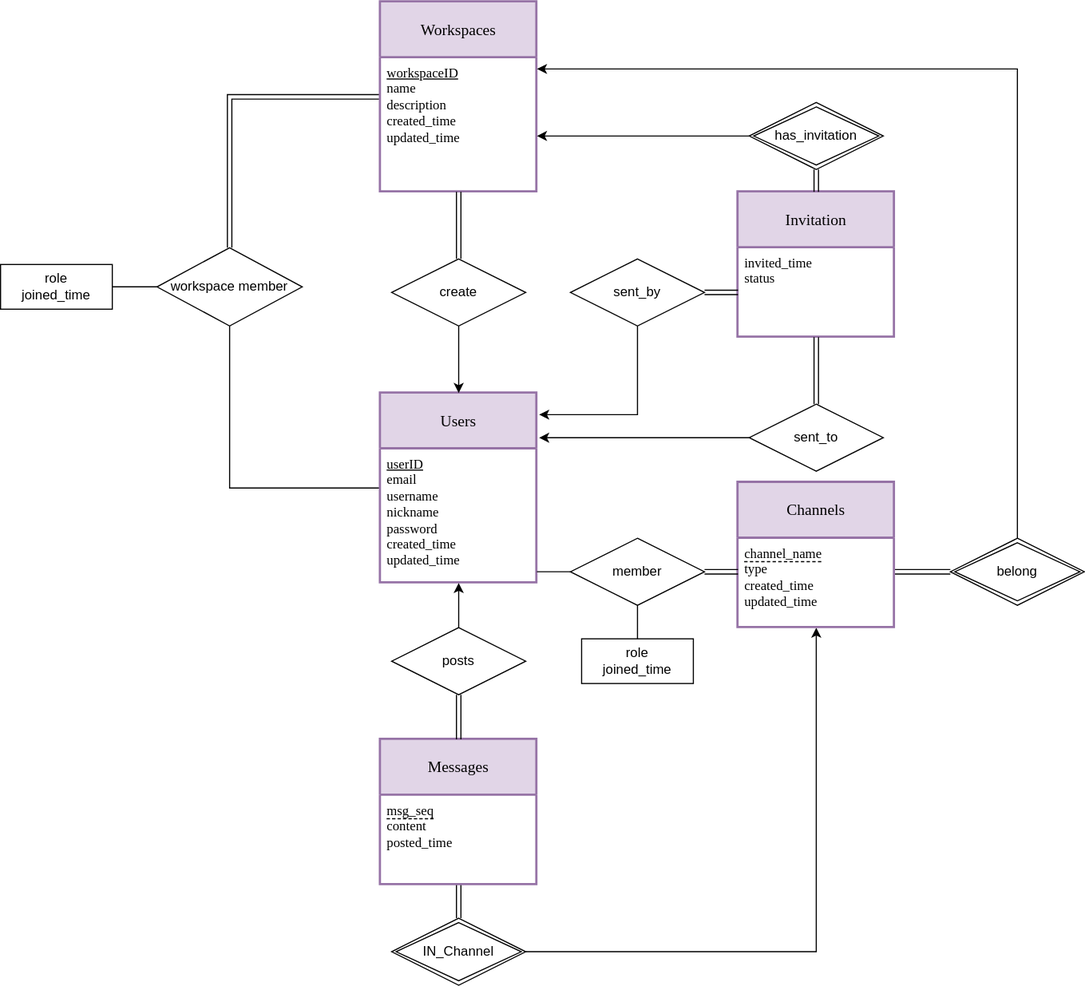
Above: ER-Diagram.drawio.svg in leelearner/snickr (draw.io), before the change. Source tidied: cells renumbered, new cells last; positions are measured from the earlier drawing's top-left corner, leaving out a move shared by most shapes.
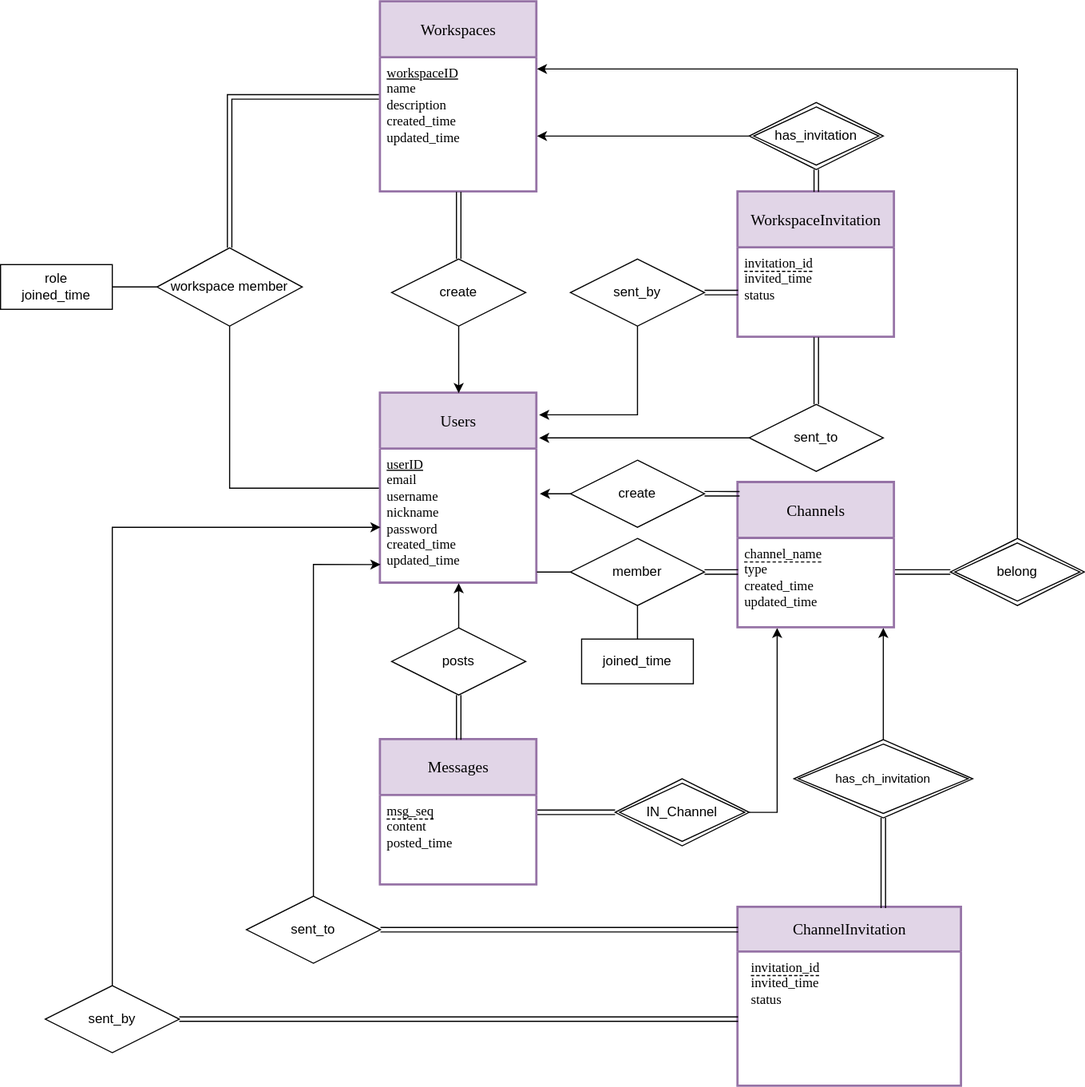
Above is the later version.

Commit message:
Correct ER Diagram

The edit, as a diff of the source:
```diff
@@ -40,7 +40,7 @@
         <mxPoint x="800" y="510" as="sourcePoint" />
       </mxGeometry>
     </mxCell>
-    <mxCell id="14" style="edgeStyle=orthogonalEdgeStyle;rounded=0;jettySize=auto;html=1;entryX=1;entryY=0.5;entryDx=0;entryDy=0;endArrow=none;endFill=0;startArrow=classic;startFill=1;exitX=0.5;exitY=1;exitDx=0;exitDy=0;" parent="1" edge="1" source="16" target="27">
+    <mxCell id="14" style="edgeStyle=orthogonalEdgeStyle;rounded=0;jettySize=auto;html=1;entryX=1;entryY=0.5;entryDx=0;entryDy=0;endArrow=none;endFill=0;startArrow=classic;startFill=1;exitX=0.25;exitY=1;exitDx=0;exitDy=0;" parent="1" edge="1" source="16" target="27">
       <mxGeometry relative="1" as="geometry" />
     </mxCell>
     <mxCell id="15" value="&lt;font face=&quot;Comic Sans MS&quot;&gt;Channels&lt;/font&gt;" style="swimlane;horizontal=1;startSize=50;rounded=1;fontSize=14;fontStyle=0;strokeWidth=2;shadow=0;dashed=0;align=center;arcSize=0;whiteSpace=wrap;html=1;fillColor=#e1d5e7;strokeColor=#9673a6;" parent="1" vertex="1">
@@ -73,9 +73,9 @@
     <mxCell id="22" value="member" style="shape=rhombus;perimeter=rhombusPerimeter;whiteSpace=wrap;html=1;align=center;" parent="1" vertex="1">
       <mxGeometry x="510" y="480" width="120" height="60" as="geometry" />
     </mxCell>
-    <mxCell id="23" style="edgeStyle=orthogonalEdgeStyle;rounded=0;jettySize=auto;html=1;endArrow=none;endFill=0;shape=link;exitX=0.5;exitY=1;exitDx=0;exitDy=0;" parent="1" edge="1" source="25" target="27">
-      <mxGeometry relative="1" as="geometry" />
-    </mxCell>
+    <mxCell id="48" style="edgeStyle=orthogonalEdgeStyle;rounded=0;jettySize=auto;html=1;entryX=0;entryY=0.5;entryDx=0;entryDy=0;shape=link;" parent="1" edge="1" source="24" target="27">
+      <mxGeometry relative="1" as="geometry" />
+    </mxCell>
     <mxCell id="24" value="&lt;font face=&quot;Comic Sans MS&quot;&gt;Messages&lt;/font&gt;" style="swimlane;horizontal=1;startSize=50;rounded=1;fontSize=14;fontStyle=0;strokeWidth=2;shadow=0;dashed=0;align=center;arcSize=0;whiteSpace=wrap;html=1;fillColor=#e1d5e7;strokeColor=#9673a6;" parent="1" vertex="1">
       <mxGeometry x="340" y="660" width="140" height="130" as="geometry" />
     </mxCell>
@@ -86,7 +86,7 @@
       <mxGeometry relative="1" as="geometry" />
     </mxCell>
     <mxCell id="27" value="IN_Channel" style="shape=rhombus;double=1;perimeter=rhombusPerimeter;whiteSpace=wrap;html=1;align=center;" parent="1" vertex="1">
-      <mxGeometry x="350" y="820" width="120" height="60" as="geometry" />
+      <mxGeometry x="550" y="695" width="120" height="60" as="geometry" />
     </mxCell>
     <mxCell id="28" style="edgeStyle=orthogonalEdgeStyle;rounded=0;jettySize=auto;html=1;entryX=0.5;entryY=0;entryDx=0;entryDy=0;shape=link;" parent="1" edge="1" source="30" target="24">
       <mxGeometry relative="1" as="geometry" />
@@ -109,10 +109,10 @@
     <mxCell id="34" style="edgeStyle=orthogonalEdgeStyle;rounded=0;jettySize=auto;html=1;entryX=0;entryY=0.375;entryDx=0;entryDy=0;entryPerimeter=0;shape=link;" parent="1" edge="1" source="22" target="16">
       <mxGeometry relative="1" as="geometry" />
     </mxCell>
-    <mxCell id="35" value="&lt;font face=&quot;Comic Sans MS&quot;&gt;Invitation&lt;/font&gt;" style="swimlane;horizontal=1;startSize=50;rounded=1;fontSize=14;fontStyle=0;strokeWidth=2;shadow=0;dashed=0;align=center;arcSize=0;whiteSpace=wrap;html=1;fillColor=#e1d5e7;strokeColor=#9673a6;" parent="1" vertex="1">
+    <mxCell id="35" value="&lt;font face=&quot;Comic Sans MS&quot;&gt;WorkspaceInvitation&lt;/font&gt;" style="swimlane;horizontal=1;startSize=50;rounded=1;fontSize=14;fontStyle=0;strokeWidth=2;shadow=0;dashed=0;align=center;arcSize=0;whiteSpace=wrap;html=1;fillColor=#e1d5e7;strokeColor=#9673a6;" parent="1" vertex="1">
       <mxGeometry x="660" y="170" width="140" height="130" as="geometry" />
     </mxCell>
-    <mxCell id="36" value="&lt;div style=&quot;&quot;&gt;&lt;span style=&quot;font-family: &amp;quot;Comic Sans MS&amp;quot;; background-color: transparent; color: light-dark(rgb(0, 0, 0), rgb(255, 255, 255));&quot;&gt;invited_time&lt;/span&gt;&lt;/div&gt;&lt;div style=&quot;&quot;&gt;&lt;font face=&quot;Comic Sans MS&quot;&gt;status&lt;/font&gt;&lt;/div&gt;" style="align=left;strokeColor=none;fillColor=none;spacingLeft=4;spacingRight=4;fontSize=12;verticalAlign=top;html=1;whiteSpace=wrap;" parent="35" vertex="1">
+    <mxCell id="36" value="&lt;div style=&quot;&quot;&gt;&lt;div&gt;&lt;font face=&quot;Comic Sans MS&quot;&gt;&lt;span style=&quot;border-bottom: 1px dashed;&quot;&gt;invitation_id&lt;/span&gt;&lt;/font&gt;&lt;/div&gt;&lt;/div&gt;&lt;div style=&quot;&quot;&gt;&lt;span style=&quot;font-family: &amp;quot;Comic Sans MS&amp;quot;; background-color: transparent; color: light-dark(rgb(0, 0, 0), rgb(255, 255, 255));&quot;&gt;invited_time&lt;/span&gt;&lt;/div&gt;&lt;div style=&quot;&quot;&gt;&lt;font face=&quot;Comic Sans MS&quot;&gt;status&lt;/font&gt;&lt;/div&gt;" style="align=left;strokeColor=none;fillColor=none;spacingLeft=4;spacingRight=4;fontSize=12;verticalAlign=top;html=1;whiteSpace=wrap;" parent="35" vertex="1">
       <mxGeometry y="50" width="140" height="80" as="geometry" />
     </mxCell>
     <mxCell id="37" style="edgeStyle=orthogonalEdgeStyle;rounded=0;jettySize=auto;html=1;exitX=0.5;exitY=1;exitDx=0;exitDy=0;entryX=0.5;entryY=1;entryDx=0;entryDy=0;" parent="35" edge="1" source="35" target="36">
@@ -153,8 +153,58 @@
         <mxPoint x="482" y="390.1" as="targetPoint" />
       </mxGeometry>
     </mxCell>
-    <mxCell id="47" value="role&lt;br&gt;joined_time" style="whiteSpace=wrap;html=1;align=center;" parent="1" vertex="1">
+    <mxCell id="47" value="joined_time" style="whiteSpace=wrap;html=1;align=center;" parent="1" vertex="1">
       <mxGeometry x="520" y="570" width="100" height="40" as="geometry" />
     </mxCell>
+    <mxCell id="49" value="&lt;font face=&quot;Comic Sans MS&quot;&gt;ChannelInvitation&lt;/font&gt;" style="swimlane;horizontal=1;startSize=40;rounded=1;fontSize=14;fontStyle=0;strokeWidth=2;double=1;shadow=0;dashed=0;align=center;arcSize=0;whiteSpace=wrap;html=1;fillColor=#e1d5e7;strokeColor=#9673a6;" parent="1" vertex="1">
+      <mxGeometry x="660" y="810" width="200" height="160" as="geometry" />
+    </mxCell>
+    <mxCell id="50" value="&lt;div&gt;&lt;font face=&quot;Comic Sans MS&quot;&gt;&lt;span style=&quot;border-bottom: 1px dashed;&quot;&gt;invitation_id&lt;/span&gt;&lt;/font&gt;&lt;/div&gt;&lt;div&gt;&lt;font face=&quot;Comic Sans MS&quot;&gt;invited_time&lt;/font&gt;&lt;/div&gt;&lt;div&gt;&lt;font face=&quot;Comic Sans MS&quot;&gt;status&lt;/font&gt;&lt;/div&gt;" style="align=left;strokeColor=none;fillColor=none;spacingLeft=10;spacingRight=8;fontSize=12;verticalAlign=top;html=1;whiteSpace=wrap;" parent="49" vertex="1">
+      <mxGeometry y="40" width="200" height="120" as="geometry" />
+    </mxCell>
+    <mxCell id="51" value="has_ch_invitation" style="shape=rhombus;double=1;perimeter=rhombusPerimeter;whiteSpace=wrap;html=1;align=center;fontSize=11;" parent="1" vertex="1">
+      <mxGeometry x="710" y="660" width="160" height="70" as="geometry" />
+    </mxCell>
+    <mxCell id="52" style="edgeStyle=orthogonalEdgeStyle;rounded=0;jettySize=auto;html=1;entryX=0.65;entryY=0.004;entryDx=0;entryDy=0;entryPerimeter=0;shape=link;" parent="1" edge="1" source="51" target="49">
+      <mxGeometry relative="1" as="geometry" />
+    </mxCell>
+    <mxCell id="53" style="edgeStyle=orthogonalEdgeStyle;rounded=0;jettySize=auto;html=1;" parent="1" edge="1" source="51">
+      <mxGeometry relative="1" as="geometry">
+        <mxPoint x="790" y="560" as="targetPoint" />
+      </mxGeometry>
+    </mxCell>
+    <mxCell id="54" value="sent_to" style="shape=rhombus;perimeter=rhombusPerimeter;whiteSpace=wrap;html=1;align=center;" parent="1" vertex="1">
+      <mxGeometry x="220" y="800" width="120" height="60" as="geometry" />
+    </mxCell>
+    <mxCell id="55" style="edgeStyle=orthogonalEdgeStyle;rounded=0;jettySize=auto;html=1;entryX=0;entryY=0.5;entryDx=0;entryDy=0;shape=link;" parent="1" edge="1" source="57" target="50">
+      <mxGeometry relative="1" as="geometry" />
+    </mxCell>
+    <mxCell id="56" style="edgeStyle=orthogonalEdgeStyle;rounded=0;jettySize=auto;html=1;" parent="1" edge="1" source="57">
+      <mxGeometry relative="1" as="geometry">
+        <mxPoint x="340" y="470" as="targetPoint" />
+        <Array as="points">
+          <mxPoint x="100" y="470" />
+          <mxPoint x="340" y="470" />
+        </Array>
+      </mxGeometry>
+    </mxCell>
+    <mxCell id="57" value="sent_by" style="shape=rhombus;perimeter=rhombusPerimeter;whiteSpace=wrap;html=1;align=center;" parent="1" vertex="1">
+      <mxGeometry x="40" y="880" width="120" height="60" as="geometry" />
+    </mxCell>
+    <mxCell id="58" style="edgeStyle=orthogonalEdgeStyle;rounded=0;jettySize=auto;html=1;entryX=0;entryY=0.125;entryDx=0;entryDy=0;entryPerimeter=0;shape=link;" parent="1" edge="1" source="54" target="49">
+      <mxGeometry relative="1" as="geometry" />
+    </mxCell>
+    <mxCell id="59" style="edgeStyle=orthogonalEdgeStyle;rounded=0;jettySize=auto;html=1;entryX=0;entryY=0.861;entryDx=0;entryDy=0;entryPerimeter=0;" parent="1" edge="1" source="54" target="4">
+      <mxGeometry relative="1" as="geometry" />
+    </mxCell>
+    <mxCell id="60" value="create" style="shape=rhombus;perimeter=rhombusPerimeter;whiteSpace=wrap;html=1;align=center;" parent="1" vertex="1">
+      <mxGeometry x="510" y="410" width="120" height="60" as="geometry" />
+    </mxCell>
+    <mxCell id="61" style="edgeStyle=orthogonalEdgeStyle;rounded=0;jettySize=auto;html=1;entryX=0.01;entryY=0.077;entryDx=0;entryDy=0;entryPerimeter=0;shape=link;" parent="1" edge="1" source="60" target="15">
+      <mxGeometry relative="1" as="geometry" />
+    </mxCell>
+    <mxCell id="62" style="edgeStyle=orthogonalEdgeStyle;rounded=0;jettySize=auto;html=1;entryX=1.019;entryY=0.333;entryDx=0;entryDy=0;entryPerimeter=0;" parent="1" edge="1" source="60" target="4">
+      <mxGeometry relative="1" as="geometry" />
+    </mxCell>
   </root>
 </mxGraphModel>
```
